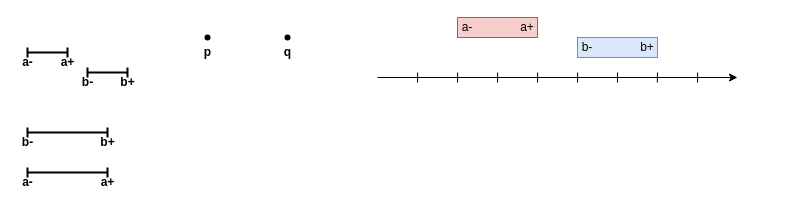
Above: page "Relations-Src" (4 of 4) of res/resources.drawio in gchudnov/mindthegap (draw.io), before the change. Source tidied: cells renumbered, new cells numbered last; positions are measured from the earlier drawing's top-left corner, leaving out a move shared by most shapes. Both pictures are drawn from the tidied source at 100%, with x=0, y=0 at pixel (17, 17).
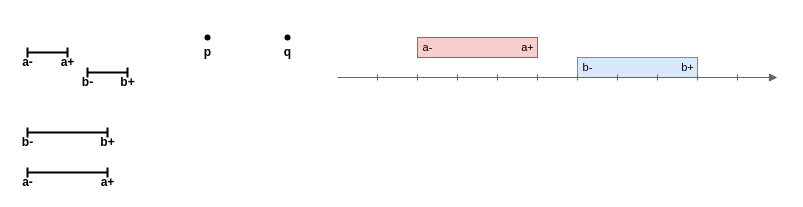
The same diagram, later.

Change to the diagram source:
```diff
@@
     <mxCell id="20" style="rounded=0;whiteSpace=wrap;html=1;fontSize=12;strokeWidth=1;fillColor=#f8cecc;strokeColor=#b85450;" parent="1" vertex="1">
-      <mxGeometry x="440" width="80" height="20" as="geometry" />
+      <mxGeometry x="400" y="20" width="120" height="20" as="geometry" />
     </mxCell>
     <mxCell id="21" style="rounded=0;whiteSpace=wrap;html=1;fontSize=12;strokeWidth=1;fillColor=#dae8fc;strokeColor=#6c8ebf;" parent="1" vertex="1">
-      <mxGeometry x="560" y="20" width="80" height="20" as="geometry" />
+      <mxGeometry x="560" y="40" width="120" height="20" as="geometry" />
     </mxCell>
-    <mxCell id="22" style="endArrow=classic;html=1;fontSize=12;strokeWidth=1;" parent="1" edge="1">
+    <mxCell id="22" style="endArrow=block;html=1;fontSize=12;strokeWidth=1;fillColor=#f5f5f5;strokeColor=#666666;endFill=1;" parent="1" edge="1">
       <mxGeometry relative="1" as="geometry">
-        <mxPoint x="360" y="60" as="sourcePoint" />
-        <mxPoint x="720" y="60" as="targetPoint" />
+        <mxPoint x="320" y="60" as="sourcePoint" />
+        <mxPoint x="760" y="60" as="targetPoint" />
       </mxGeometry>
     </mxCell>
-    <mxCell id="23" style="endArrow=none;html=1;fontSize=12;spacing=1;" parent="1" edge="1">
-      <mxGeometry relative="1" as="geometry">
-        <mxPoint x="639.8" y="65" as="sourcePoint" />
-        <mxPoint x="640" y="55" as="targetPoint" />
-      </mxGeometry>
-    </mxCell>
-    <mxCell id="24" value="a-" style="text;html=1;strokeColor=none;fillColor=none;align=center;verticalAlign=middle;whiteSpace=wrap;rounded=0;fontSize=12;" parent="1" vertex="1">
-      <mxGeometry x="440" width="20" height="20" as="geometry" />
+    <mxCell id="24" value="&lt;p style=&quot;line-height: 1.2&quot;&gt;a-&lt;/p&gt;" style="text;html=1;strokeColor=none;fillColor=none;align=center;verticalAlign=middle;rounded=0;fontSize=11;labelPosition=center;verticalLabelPosition=middle;horizontal=1;" parent="1" vertex="1">
+      <mxGeometry x="400" y="20" width="20" height="20" as="geometry" />
     </mxCell>
-    <mxCell id="25" value="a+" style="text;html=1;strokeColor=none;fillColor=none;align=center;verticalAlign=middle;whiteSpace=wrap;rounded=0;fontSize=12;" parent="1" vertex="1">
-      <mxGeometry x="500" width="20" height="20" as="geometry" />
+    <mxCell id="25" value="a+" style="text;html=1;strokeColor=none;fillColor=none;align=center;verticalAlign=middle;rounded=0;fontSize=11;spacing=2;" parent="1" vertex="1">
+      <mxGeometry x="500" y="20" width="20" height="20" as="geometry" />
     </mxCell>
-    <mxCell id="26" value="b-" style="text;html=1;strokeColor=none;fillColor=none;align=center;verticalAlign=middle;whiteSpace=wrap;rounded=0;fontSize=12;" parent="1" vertex="1">
-      <mxGeometry x="560" y="20" width="20" height="20" as="geometry" />
+    <mxCell id="26" value="b-" style="text;html=1;strokeColor=none;fillColor=none;align=center;verticalAlign=middle;rounded=0;fontSize=11;" parent="1" vertex="1">
+      <mxGeometry x="560" y="40" width="20" height="20" as="geometry" />
     </mxCell>
-    <mxCell id="27" value="b+" style="text;html=1;strokeColor=none;fillColor=none;align=center;verticalAlign=middle;whiteSpace=wrap;rounded=0;fontSize=12;" parent="1" vertex="1">
-      <mxGeometry x="620" y="20" width="20" height="20" as="geometry" />
+    <mxCell id="27" value="b+" style="text;strokeColor=none;fillColor=none;align=center;verticalAlign=middle;rounded=0;fontSize=11;html=1;spacing=2;" parent="1" vertex="1">
+      <mxGeometry x="660" y="40" width="20" height="20" as="geometry" />
     </mxCell>
-    <mxCell id="28" style="endArrow=none;html=1;fontSize=12;" parent="1" edge="1">
-      <mxGeometry relative="1" as="geometry">
-        <mxPoint x="680" y="65" as="sourcePoint" />
-        <mxPoint x="680.2" y="55" as="targetPoint" />
-      </mxGeometry>
-    </mxCell>
-    <mxCell id="29" style="endArrow=none;html=1;fontSize=12;spacing=2;" parent="1" edge="1">
-      <mxGeometry relative="1" as="geometry">
-        <mxPoint x="599.9" y="65" as="sourcePoint" />
-        <mxPoint x="600.1" y="55" as="targetPoint" />
-      </mxGeometry>
-    </mxCell>
-    <mxCell id="30" style="endArrow=none;html=1;fontSize=12;spacing=2;" parent="1" edge="1">
-      <mxGeometry relative="1" as="geometry">
-        <mxPoint x="560" y="65" as="sourcePoint" />
-        <mxPoint x="560.2" y="55" as="targetPoint" />
-      </mxGeometry>
-    </mxCell>
-    <mxCell id="31" style="endArrow=none;html=1;fontSize=12;spacing=2;" parent="1" edge="1">
-      <mxGeometry relative="1" as="geometry">
-        <mxPoint x="520" y="65" as="sourcePoint" />
-        <mxPoint x="520.2" y="55" as="targetPoint" />
-      </mxGeometry>
-    </mxCell>
-    <mxCell id="32" style="endArrow=none;html=1;fontSize=12;spacing=2;" parent="1" edge="1">
-      <mxGeometry relative="1" as="geometry">
-        <mxPoint x="480" y="65" as="sourcePoint" />
-        <mxPoint x="480.2" y="55" as="targetPoint" />
-      </mxGeometry>
-    </mxCell>
-    <mxCell id="33" style="endArrow=none;html=1;fontSize=12;spacing=2;" parent="1" edge="1">
-      <mxGeometry relative="1" as="geometry">
-        <mxPoint x="440" y="65" as="sourcePoint" />
-        <mxPoint x="440.2" y="55" as="targetPoint" />
-      </mxGeometry>
-    </mxCell>
-    <mxCell id="34" style="endArrow=none;html=1;fontSize=12;spacing=2;" parent="1" edge="1">
+    <mxCell id="34" style="endArrow=none;html=1;fontSize=12;spacing=2;strokeWidth=1;fillColor=#f5f5f5;strokeColor=#666666;" parent="1" edge="1">
       <mxGeometry relative="1" as="geometry">
-        <mxPoint x="400" y="65" as="sourcePoint" />
-        <mxPoint x="400.2" y="55" as="targetPoint" />
+        <mxPoint x="400" y="63" as="sourcePoint" />
+        <mxPoint x="400" y="57" as="targetPoint" />
       </mxGeometry>
     </mxCell>
+    <mxCell id="35" style="endArrow=none;html=1;fontSize=12;spacing=2;strokeWidth=1;fillColor=#f5f5f5;strokeColor=#666666;" parent="1" edge="1">
+      <mxGeometry relative="1" as="geometry">
+        <mxPoint x="440" y="63" as="sourcePoint" />
+        <mxPoint x="440" y="57" as="targetPoint" />
+      </mxGeometry>
+    </mxCell>
+    <mxCell id="36" style="endArrow=none;html=1;fontSize=12;spacing=2;strokeWidth=1;fillColor=#f5f5f5;strokeColor=#666666;" parent="1" edge="1">
+      <mxGeometry relative="1" as="geometry">
+        <mxPoint x="480" y="63" as="sourcePoint" />
+        <mxPoint x="480" y="57" as="targetPoint" />
+      </mxGeometry>
+    </mxCell>
+    <mxCell id="37" style="endArrow=none;html=1;fontSize=12;spacing=2;strokeWidth=1;fillColor=#f5f5f5;strokeColor=#666666;" parent="1" edge="1">
+      <mxGeometry relative="1" as="geometry">
+        <mxPoint x="520" y="63" as="sourcePoint" />
+        <mxPoint x="520" y="57" as="targetPoint" />
+      </mxGeometry>
+    </mxCell>
+    <mxCell id="38" style="endArrow=none;html=1;fontSize=12;spacing=2;strokeWidth=1;fillColor=#f5f5f5;strokeColor=#666666;" parent="1" edge="1">
+      <mxGeometry relative="1" as="geometry">
+        <mxPoint x="560" y="63" as="sourcePoint" />
+        <mxPoint x="560" y="57" as="targetPoint" />
+      </mxGeometry>
+    </mxCell>
+    <mxCell id="39" style="endArrow=none;html=1;fontSize=12;spacing=2;strokeWidth=1;fillColor=#f5f5f5;strokeColor=#666666;" parent="1" edge="1">
+      <mxGeometry relative="1" as="geometry">
+        <mxPoint x="600" y="63" as="sourcePoint" />
+        <mxPoint x="600" y="57" as="targetPoint" />
+      </mxGeometry>
+    </mxCell>
+    <mxCell id="40" style="endArrow=none;html=1;fontSize=12;spacing=2;strokeWidth=1;fillColor=#f5f5f5;strokeColor=#666666;" parent="1" edge="1">
+      <mxGeometry relative="1" as="geometry">
+        <mxPoint x="640" y="63" as="sourcePoint" />
+        <mxPoint x="640" y="57" as="targetPoint" />
+      </mxGeometry>
+    </mxCell>
+    <mxCell id="41" style="endArrow=none;html=1;fontSize=12;spacing=2;strokeWidth=1;fillColor=#f5f5f5;strokeColor=#666666;" parent="1" edge="1">
+      <mxGeometry relative="1" as="geometry">
+        <mxPoint x="680" y="63" as="sourcePoint" />
+        <mxPoint x="680" y="57" as="targetPoint" />
+      </mxGeometry>
+    </mxCell>
+    <mxCell id="42" style="endArrow=none;html=1;fontSize=12;spacing=2;strokeWidth=1;fillColor=#f5f5f5;strokeColor=#666666;" parent="1" edge="1">
+      <mxGeometry relative="1" as="geometry">
+        <mxPoint x="360" y="63" as="sourcePoint" />
+        <mxPoint x="360" y="57" as="targetPoint" />
+      </mxGeometry>
+    </mxCell>
+    <mxCell id="43" style="endArrow=none;html=1;fontSize=12;spacing=2;strokeWidth=1;fillColor=#f5f5f5;strokeColor=#666666;" parent="1" edge="1">
+      <mxGeometry relative="1" as="geometry">
+        <mxPoint x="720" y="63" as="sourcePoint" />
+        <mxPoint x="720" y="57" as="targetPoint" />
+      </mxGeometry>
+    </mxCell>
```
